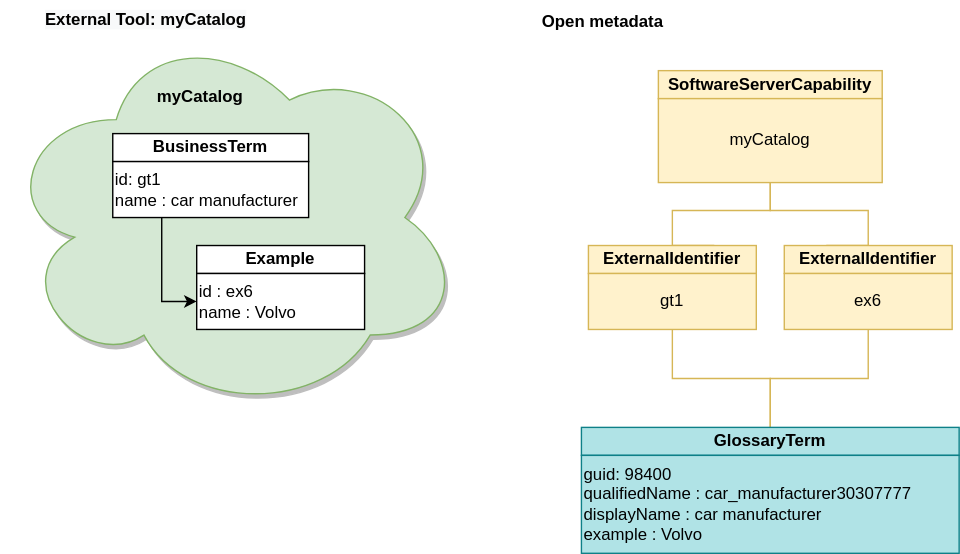
odpi/egeria-docs keeps this draw.io diagram as site/docs/features/external-identifiers/external-identifiers-many-to-one-mapping.svg. Above is the earlier version. Source tidied: cells renumbered, new cells last; positions are measured from the earlier drawing's top-left corner, leaving out a move shared by most shapes.
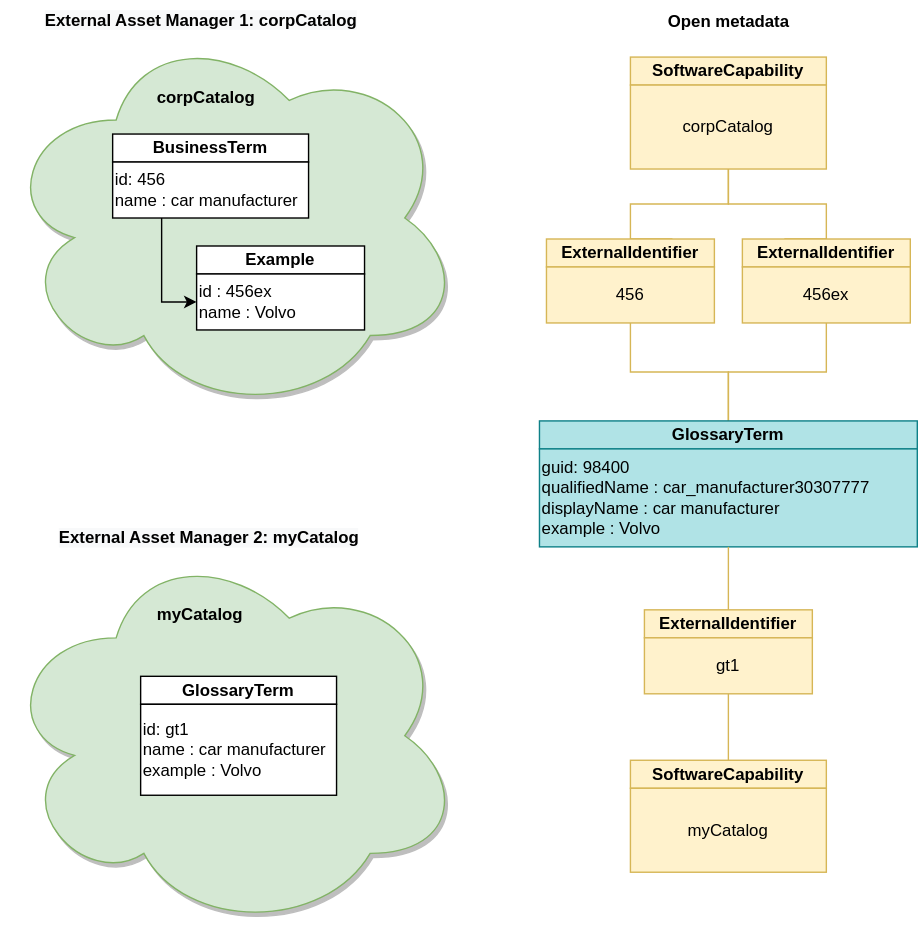
Above is the later version.

The edit, as a diff of the source:
```diff
@@ -2,82 +2,113 @@
   <root>
     <mxCell id="0" />
     <mxCell id="1" parent="0" />
-    <mxCell id="2" style="ellipse;shape=cloud;whiteSpace=wrap;html=1;align=left;verticalAlign=top;fillColor=#d5e8d4;strokeColor=#82b366;shadow=1;" parent="1" vertex="1">
-      <mxGeometry y="15" width="330" height="280" as="geometry" />
+    <mxCell id="2" value="SoftwareCapability" style="rounded=0;whiteSpace=wrap;html=1;align=center;fontStyle=1;fillColor=#fff2cc;strokeColor=#d6b656;" parent="1" vertex="1">
+      <mxGeometry x="480" y="45" width="140" height="20" as="geometry" />
     </mxCell>
-    <mxCell id="3" value="BusinessTerm" style="rounded=0;whiteSpace=wrap;html=1;fontStyle=1;" parent="1" vertex="1">
-      <mxGeometry x="80" y="95" width="140" height="20" as="geometry" />
+    <mxCell id="3" style="edgeStyle=orthogonalEdgeStyle;rounded=0;jettySize=auto;html=1;entryX=0.75;entryY=0;entryDx=0;entryDy=0;endArrow=none;endFill=0;fillColor=#fff2cc;strokeColor=#d6b656;" parent="1" edge="1" source="4" target="5">
+      <mxGeometry relative="1" as="geometry">
+        <Array as="points">
+          <mxPoint x="550" y="150" />
+          <mxPoint x="480" y="150" />
+          <mxPoint x="480" y="175" />
+        </Array>
+      </mxGeometry>
     </mxCell>
-    <mxCell id="4" style="edgeStyle=orthogonalEdgeStyle;rounded=0;jettySize=auto;html=1;exitX=0.25;exitY=1;exitDx=0;exitDy=0;entryX=0;entryY=0.5;entryDx=0;entryDy=0;" parent="1" edge="1" source="5" target="8">
-      <mxGeometry relative="1" as="geometry" />
+    <mxCell id="4" value="corpCatalog" style="rounded=0;whiteSpace=wrap;html=1;align=center;fillColor=#fff2cc;strokeColor=#d6b656;" parent="1" vertex="1">
+      <mxGeometry x="480" y="65" width="140" height="60" as="geometry" />
     </mxCell>
-    <mxCell id="5" value="id: gt1&lt;br&gt;name : car manufacturer" style="rounded=0;whiteSpace=wrap;html=1;align=left;" parent="1" vertex="1">
-      <mxGeometry x="80" y="115" width="140" height="40" as="geometry" />
+    <mxCell id="5" value="ExternalIdentifier" style="rounded=0;whiteSpace=wrap;html=1;align=center;fontStyle=1;fillColor=#fff2cc;strokeColor=#d6b656;" parent="1" vertex="1">
+      <mxGeometry x="420" y="175" width="120" height="20" as="geometry" />
     </mxCell>
-    <mxCell id="6" style="edgeStyle=orthogonalEdgeStyle;rounded=0;jettySize=auto;html=1;entryX=0.75;entryY=0;entryDx=0;entryDy=0;endArrow=none;endFill=0;fillColor=#fff2cc;strokeColor=#d6b656;" parent="1" edge="1" target="9">
-      <mxGeometry relative="1" as="geometry">
-        <mxPoint x="550" y="125" as="sourcePoint" />
-        <Array as="points">
-          <mxPoint x="550" y="150" />
-          <mxPoint x="480" y="150" />
-          <mxPoint x="480" y="175" />
-        </Array>
-      </mxGeometry>
+    <mxCell id="6" value="456" style="rounded=0;whiteSpace=wrap;html=1;align=center;fillColor=#fff2cc;strokeColor=#d6b656;" parent="1" vertex="1">
+      <mxGeometry x="420" y="195" width="120" height="40" as="geometry" />
     </mxCell>
-    <mxCell id="7" value="Example" style="rounded=0;whiteSpace=wrap;html=1;fontStyle=1;" parent="1" vertex="1">
-      <mxGeometry x="140" y="175" width="120" height="20" as="geometry" />
+    <mxCell id="7" style="edgeStyle=orthogonalEdgeStyle;rounded=0;jettySize=auto;html=1;exitX=0.5;exitY=1;exitDx=0;exitDy=0;entryX=0.25;entryY=0;entryDx=0;entryDy=0;endArrow=none;endFill=0;fillColor=#fff2cc;strokeColor=#d6b656;" parent="1" edge="1" source="4" target="8">
+      <mxGeometry relative="1" as="geometry">
+        <Array as="points">
+          <mxPoint x="550" y="150" />
+          <mxPoint x="620" y="150" />
+          <mxPoint x="620" y="175" />
+        </Array>
+      </mxGeometry>
     </mxCell>
-    <mxCell id="8" value="id : ex6&lt;br&gt;name : Volvo&amp;nbsp;" style="rounded=0;whiteSpace=wrap;html=1;align=left;" parent="1" vertex="1">
-      <mxGeometry x="140" y="195" width="120" height="40" as="geometry" />
+    <mxCell id="8" value="ExternalIdentifier" style="rounded=0;whiteSpace=wrap;html=1;align=center;fontStyle=1;fillColor=#fff2cc;strokeColor=#d6b656;" parent="1" vertex="1">
+      <mxGeometry x="560" y="175" width="120" height="20" as="geometry" />
     </mxCell>
-    <mxCell id="9" value="ExternalIdentifier" style="rounded=0;whiteSpace=wrap;html=1;align=center;fontStyle=1;fillColor=#fff2cc;strokeColor=#d6b656;" parent="1" vertex="1">
-      <mxGeometry x="420" y="175" width="120" height="20" as="geometry" />
+    <mxCell id="9" value="456ex" style="rounded=0;whiteSpace=wrap;html=1;align=center;fillColor=#fff2cc;strokeColor=#d6b656;" parent="1" vertex="1">
+      <mxGeometry x="560" y="195" width="120" height="40" as="geometry" />
     </mxCell>
-    <mxCell id="10" value="gt1" style="rounded=0;whiteSpace=wrap;html=1;align=center;fillColor=#fff2cc;strokeColor=#d6b656;" parent="1" vertex="1">
-      <mxGeometry x="420" y="195" width="120" height="40" as="geometry" />
+    <mxCell id="10" value="&lt;b&gt;Open metadata&lt;/b&gt;" style="text;html=1;align=center;verticalAlign=middle;points=[];" parent="1" vertex="1">
+      <mxGeometry x="500" y="10" width="100" height="20" as="geometry" />
     </mxCell>
-    <mxCell id="11" style="edgeStyle=orthogonalEdgeStyle;rounded=0;jettySize=auto;html=1;exitX=0.5;exitY=1;exitDx=0;exitDy=0;entryX=0.25;entryY=0;entryDx=0;entryDy=0;endArrow=none;endFill=0;fillColor=#fff2cc;strokeColor=#d6b656;" parent="1" edge="1" target="12">
-      <mxGeometry relative="1" as="geometry">
-        <mxPoint x="550" y="125" as="sourcePoint" />
-        <Array as="points">
-          <mxPoint x="550" y="150" />
-          <mxPoint x="620" y="150" />
-          <mxPoint x="620" y="175" />
-        </Array>
-      </mxGeometry>
+    <mxCell id="11" style="edgeStyle=orthogonalEdgeStyle;rounded=0;jettySize=auto;html=1;entryX=0.5;entryY=1;entryDx=0;entryDy=0;endArrow=none;endFill=0;fillColor=#fff2cc;strokeColor=#d6b656;" parent="1" edge="1" source="13" target="6">
+      <mxGeometry relative="1" as="geometry" />
     </mxCell>
-    <mxCell id="12" value="ExternalIdentifier" style="rounded=0;whiteSpace=wrap;html=1;align=center;fontStyle=1;fillColor=#fff2cc;strokeColor=#d6b656;" parent="1" vertex="1">
-      <mxGeometry x="560" y="175" width="120" height="20" as="geometry" />
+    <mxCell id="12" style="edgeStyle=orthogonalEdgeStyle;rounded=0;jettySize=auto;html=1;entryX=0.5;entryY=1;entryDx=0;entryDy=0;endArrow=none;endFill=0;fillColor=#fff2cc;strokeColor=#d6b656;" parent="1" edge="1" source="13" target="9">
+      <mxGeometry relative="1" as="geometry" />
     </mxCell>
-    <mxCell id="13" value="ex6" style="rounded=0;whiteSpace=wrap;html=1;align=center;fillColor=#fff2cc;strokeColor=#d6b656;" parent="1" vertex="1">
-      <mxGeometry x="560" y="195" width="120" height="40" as="geometry" />
+    <mxCell id="13" value="GlossaryTerm" style="rounded=0;whiteSpace=wrap;html=1;fontStyle=1;fillColor=#b0e3e6;strokeColor=#0e8088;" parent="1" vertex="1">
+      <mxGeometry x="415" y="305" width="270" height="20" as="geometry" />
     </mxCell>
-    <mxCell id="14" value="&lt;b&gt;Open metadata&lt;/b&gt;" style="text;html=1;align=center;verticalAlign=middle;points=[];" parent="1" vertex="1">
-      <mxGeometry x="380" y="5" width="100" height="20" as="geometry" />
+    <mxCell id="14" value="guid: 98400&lt;br&gt;qualifiedName : car_manufacturer30307777&lt;br&gt;displayName : car manufacturer&lt;br&gt;example : Volvo" style="rounded=0;whiteSpace=wrap;html=1;align=left;fillColor=#b0e3e6;strokeColor=#0e8088;" parent="1" vertex="1">
+      <mxGeometry x="415" y="325" width="270" height="70" as="geometry" />
     </mxCell>
-    <mxCell id="15" value="&lt;font face=&quot;helvetica&quot;&gt;&lt;b&gt;myCatalog&lt;/b&gt;&lt;/font&gt;" style="text;whiteSpace=wrap;html=1;" parent="1" vertex="1">
-      <mxGeometry x="110" y="55" width="70" height="30" as="geometry" />
+    <mxCell id="15" style="ellipse;shape=cloud;whiteSpace=wrap;html=1;align=left;verticalAlign=top;fillColor=#d5e8d4;strokeColor=#82b366;shadow=1;" parent="1" vertex="1">
+      <mxGeometry x="30" y="20" width="330" height="280" as="geometry" />
     </mxCell>
-    <mxCell id="16" value="&lt;b style=&quot;color: rgb(0 , 0 , 0) ; font-family: &amp;#34;helvetica&amp;#34; ; font-size: 12px ; font-style: normal ; letter-spacing: normal ; text-align: left ; text-indent: 0px ; text-transform: none ; word-spacing: 0px ; background-color: rgb(248 , 249 , 250)&quot;&gt;External Tool: myCatalog&lt;/b&gt;" style="text;whiteSpace=wrap;html=1;" parent="1" vertex="1">
-      <mxGeometry x="30" width="230" height="30" as="geometry" />
+    <mxCell id="16" value="BusinessTerm" style="rounded=0;whiteSpace=wrap;html=1;fontStyle=1;" parent="1" vertex="1">
+      <mxGeometry x="110" y="100" width="140" height="20" as="geometry" />
     </mxCell>
-    <mxCell id="17" style="edgeStyle=orthogonalEdgeStyle;rounded=0;jettySize=auto;html=1;entryX=0.5;entryY=1;entryDx=0;entryDy=0;endArrow=none;endFill=0;fillColor=#fff2cc;strokeColor=#d6b656;" parent="1" edge="1" source="19" target="10">
+    <mxCell id="17" style="edgeStyle=orthogonalEdgeStyle;rounded=0;jettySize=auto;html=1;exitX=0.25;exitY=1;exitDx=0;exitDy=0;entryX=0;entryY=0.5;entryDx=0;entryDy=0;" parent="1" edge="1" source="18" target="20">
       <mxGeometry relative="1" as="geometry" />
     </mxCell>
-    <mxCell id="18" style="edgeStyle=orthogonalEdgeStyle;rounded=0;jettySize=auto;html=1;entryX=0.5;entryY=1;entryDx=0;entryDy=0;endArrow=none;endFill=0;fillColor=#fff2cc;strokeColor=#d6b656;" parent="1" edge="1" source="19" target="13">
-      <mxGeometry relative="1" as="geometry" />
+    <mxCell id="18" value="id: 456&lt;br&gt;name : car manufacturer" style="rounded=0;whiteSpace=wrap;html=1;align=left;" parent="1" vertex="1">
+      <mxGeometry x="110" y="120" width="140" height="40" as="geometry" />
     </mxCell>
-    <mxCell id="19" value="GlossaryTerm" style="rounded=0;whiteSpace=wrap;html=1;fontStyle=1;fillColor=#b0e3e6;strokeColor=#0e8088;" parent="1" vertex="1">
-      <mxGeometry x="415" y="305" width="270" height="20" as="geometry" />
+    <mxCell id="19" value="Example" style="rounded=0;whiteSpace=wrap;html=1;fontStyle=1;" parent="1" vertex="1">
+      <mxGeometry x="170" y="180" width="120" height="20" as="geometry" />
     </mxCell>
-    <mxCell id="20" value="guid: 98400&lt;br&gt;qualifiedName : car_manufacturer30307777&lt;br&gt;displayName : car manufacturer&lt;br&gt;example : Volvo" style="rounded=0;whiteSpace=wrap;html=1;align=left;fillColor=#b0e3e6;strokeColor=#0e8088;" parent="1" vertex="1">
-      <mxGeometry x="415" y="325" width="270" height="70" as="geometry" />
+    <mxCell id="20" value="id : 456ex&lt;br&gt;name : Volvo&amp;nbsp;" style="rounded=0;whiteSpace=wrap;html=1;align=left;" parent="1" vertex="1">
+      <mxGeometry x="170" y="200" width="120" height="40" as="geometry" />
     </mxCell>
-    <mxCell id="21" value="SoftwareServerCapability" style="rounded=0;whiteSpace=wrap;html=1;align=center;fontStyle=1;fillColor=#fff2cc;strokeColor=#d6b656;" parent="1" vertex="1">
-      <mxGeometry x="470" y="50" width="160" height="20" as="geometry" />
+    <mxCell id="21" value="&lt;font face=&quot;helvetica&quot;&gt;&lt;b&gt;corpCatalog&lt;/b&gt;&lt;/font&gt;" style="text;whiteSpace=wrap;html=1;" parent="1" vertex="1">
+      <mxGeometry x="140" y="60" width="70" height="30" as="geometry" />
     </mxCell>
-    <mxCell id="22" value="myCatalog" style="rounded=0;whiteSpace=wrap;html=1;align=center;fillColor=#fff2cc;strokeColor=#d6b656;" parent="1" vertex="1">
-      <mxGeometry x="470" y="70" width="160" height="60" as="geometry" />
+    <mxCell id="22" value="&lt;b style=&quot;color: rgb(0, 0, 0); font-family: helvetica; font-size: 12px; font-style: normal; letter-spacing: normal; text-align: left; text-indent: 0px; text-transform: none; word-spacing: 0px; background-color: rgb(248, 249, 250);&quot;&gt;External Asset Manager 1: corpCatalog&lt;/b&gt;" style="text;whiteSpace=wrap;html=1;" parent="1" vertex="1">
+      <mxGeometry x="60" y="5" width="230" height="30" as="geometry" />
     </mxCell>
+    <mxCell id="23" value="SoftwareCapability" style="rounded=0;whiteSpace=wrap;html=1;align=center;fontStyle=1;fillColor=#fff2cc;strokeColor=#d6b656;" parent="1" vertex="1">
+      <mxGeometry x="480" y="547.5" width="140" height="20" as="geometry" />
+    </mxCell>
+    <mxCell id="24" value="myCatalog" style="rounded=0;whiteSpace=wrap;html=1;align=center;fillColor=#fff2cc;strokeColor=#d6b656;" parent="1" vertex="1">
+      <mxGeometry x="480" y="567.5" width="140" height="60" as="geometry" />
+    </mxCell>
+    <mxCell id="25" style="edgeStyle=orthogonalEdgeStyle;rounded=0;jettySize=auto;html=1;exitX=0.5;exitY=0;exitDx=0;exitDy=0;startArrow=none;startFill=0;fillColor=#fff2cc;strokeColor=#d6b656;endArrow=none;endFill=0;" parent="1" edge="1" source="26" target="14">
+      <mxGeometry relative="1" as="geometry" />
+    </mxCell>
+    <mxCell id="26" value="ExternalIdentifier" style="rounded=0;whiteSpace=wrap;html=1;align=center;fontStyle=1;fillColor=#fff2cc;strokeColor=#d6b656;" parent="1" vertex="1">
+      <mxGeometry x="490" y="440" width="120" height="20" as="geometry" />
+    </mxCell>
+    <mxCell id="27" value="gt1" style="rounded=0;whiteSpace=wrap;html=1;align=center;fillColor=#fff2cc;strokeColor=#d6b656;" parent="1" vertex="1">
+      <mxGeometry x="490" y="460" width="120" height="40" as="geometry" />
+    </mxCell>
+    <mxCell id="28" style="edgeStyle=orthogonalEdgeStyle;rounded=0;jettySize=auto;html=1;entryX=0.5;entryY=1;entryDx=0;entryDy=0;endArrow=none;endFill=0;fillColor=#fff2cc;strokeColor=#d6b656;exitX=0.5;exitY=0;exitDx=0;exitDy=0;" parent="1" edge="1" source="23" target="27">
+      <mxGeometry relative="1" as="geometry" />
+    </mxCell>
+    <mxCell id="29" style="ellipse;shape=cloud;whiteSpace=wrap;html=1;align=left;verticalAlign=top;fillColor=#d5e8d4;strokeColor=#82b366;shadow=1;" parent="1" vertex="1">
+      <mxGeometry x="30" y="390" width="330" height="280" as="geometry" />
+    </mxCell>
+    <mxCell id="30" value="GlossaryTerm" style="rounded=0;whiteSpace=wrap;html=1;fontStyle=1;" parent="1" vertex="1">
+      <mxGeometry x="130" y="487.5" width="140" height="20" as="geometry" />
+    </mxCell>
+    <mxCell id="31" value="id: gt1&lt;br&gt;name : car manufacturer&lt;br&gt;example : Volvo" style="rounded=0;whiteSpace=wrap;html=1;align=left;" parent="1" vertex="1">
+      <mxGeometry x="130" y="507.5" width="140" height="65" as="geometry" />
+    </mxCell>
+    <mxCell id="32" value="&lt;font face=&quot;helvetica&quot;&gt;&lt;b&gt;myCatalog&lt;/b&gt;&lt;/font&gt;" style="text;whiteSpace=wrap;html=1;" parent="1" vertex="1">
+      <mxGeometry x="140" y="430" width="70" height="30" as="geometry" />
+    </mxCell>
+    <mxCell id="33" value="&lt;b style=&quot;color: rgb(0, 0, 0); font-family: helvetica; font-size: 12px; font-style: normal; letter-spacing: normal; text-align: left; text-indent: 0px; text-transform: none; word-spacing: 0px; background-color: rgb(248, 249, 250);&quot;&gt;External Asset Manager 2: myCatalog&lt;/b&gt;" style="text;whiteSpace=wrap;html=1;" parent="1" vertex="1">
+      <mxGeometry x="70" y="375" width="230" height="30" as="geometry" />
+    </mxCell>
   </root>
 </mxGraphModel>
```
